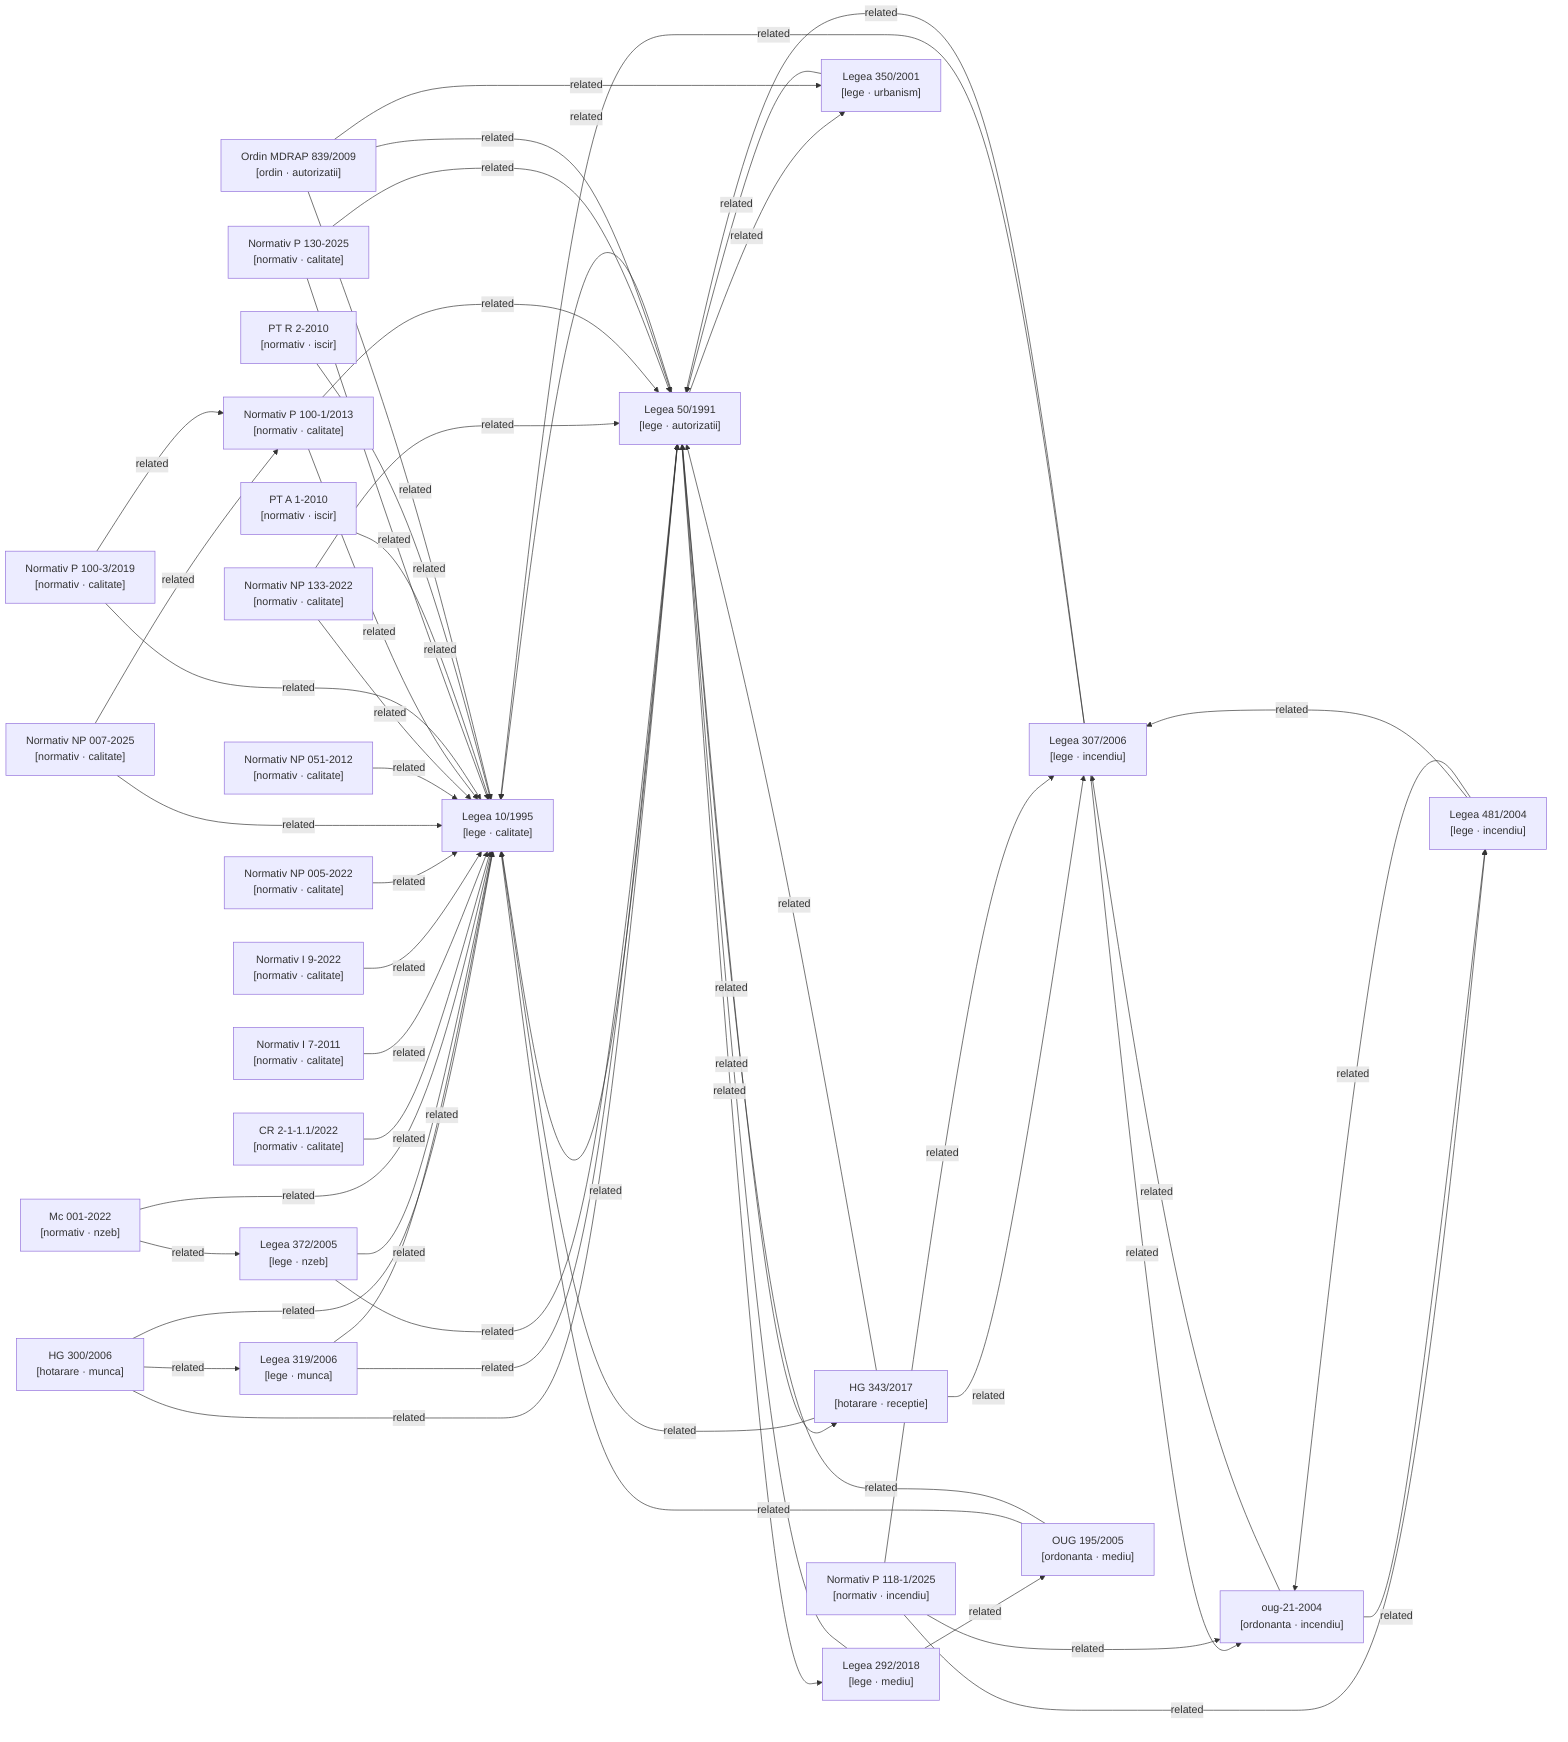
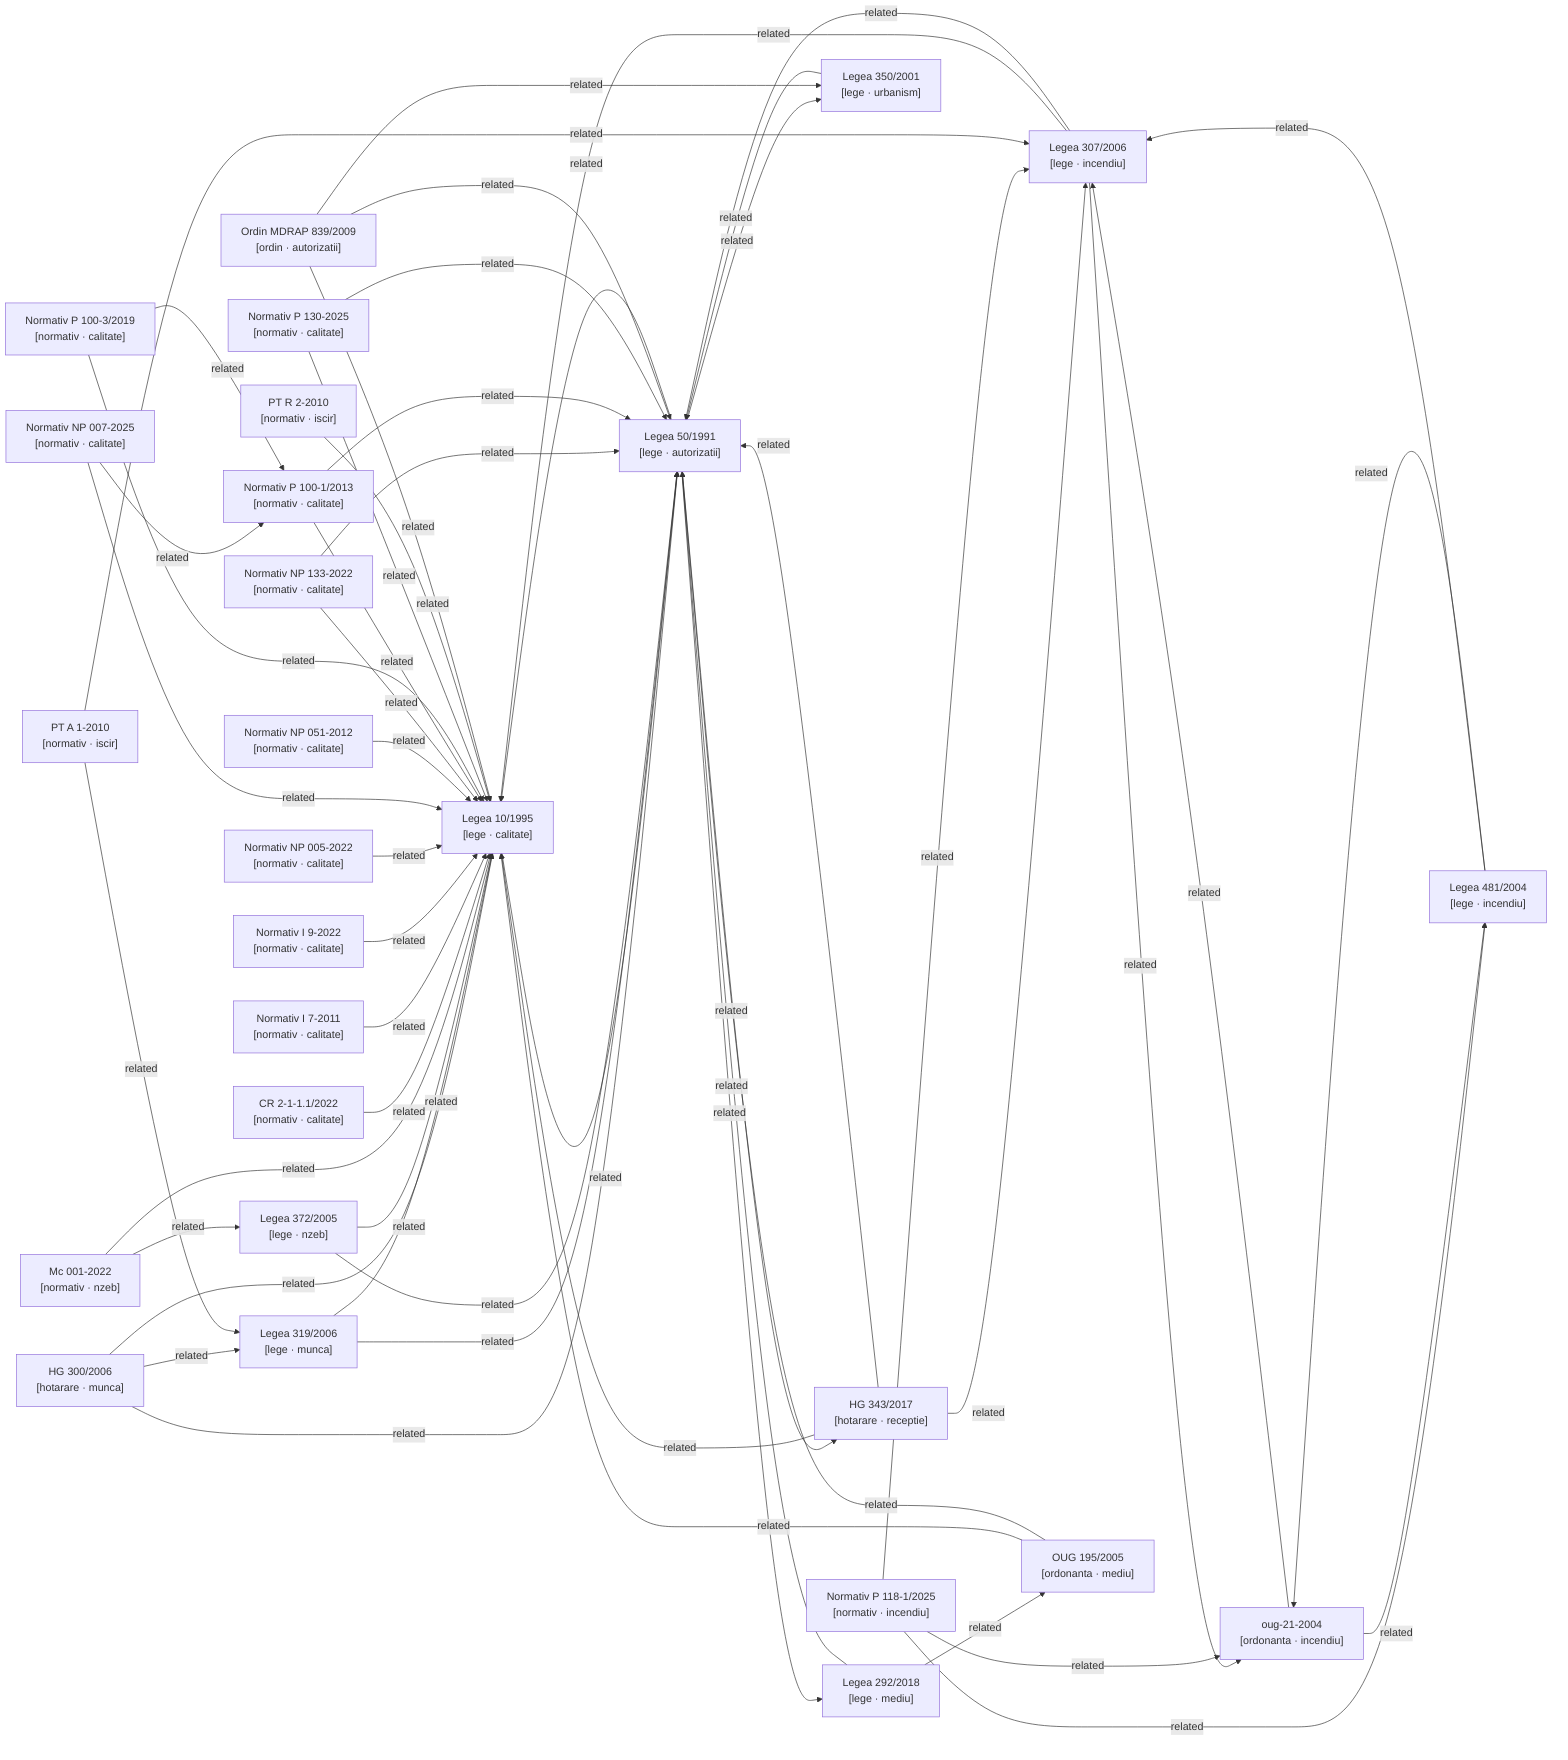
graph LR

  %% Nodes
  hg-300-2006["HG 300/2006\n[hotarare · munca]"]
  hg-343-2017["HG 343/2017\n[hotarare · receptie]"]
  lege-10-1995["Legea 10/1995\n[lege · calitate]"]
  lege-292-2018["Legea 292/2018\n[lege · mediu]"]
  lege-307-2006["Legea 307/2006\n[lege · incendiu]"]
  lege-319-2006["Legea 319/2006\n[lege · munca]"]
  lege-350-2001["Legea 350/2001\n[lege · urbanism]"]
  lege-372-2005["Legea 372/2005\n[lege · nzeb]"]
  lege-481-2004["Legea 481/2004\n[lege · incendiu]"]
  lege-50-1991["Legea 50/1991\n[lege · autorizatii]"]
  metodologie-mc001-2022["Mc 001-2022\n[normativ · nzeb]"]
  normativ-cr2-1-1-1-2022["CR 2-1-1.1/2022\n[normativ · calitate]"]
  normativ-i7-2011["Normativ I 7-2011\n[normativ · calitate]"]
  normativ-i9-2022["Normativ I 9-2022\n[normativ · calitate]"]
  normativ-np005-2022["Normativ NP 005-2022\n[normativ · calitate]"]
  normativ-np007-2025["Normativ NP 007-2025\n[normativ · calitate]"]
  normativ-np051-2012["Normativ NP 051-2012\n[normativ · calitate]"]
  normativ-np133-2022["Normativ NP 133-2022\n[normativ · calitate]"]
  normativ-p100-1-2013["Normativ P 100-1/2013\n[normativ · calitate]"]
  normativ-p100-3-2019["Normativ P 100-3/2019\n[normativ · calitate]"]
  normativ-p118-1-2025["Normativ P 118-1/2025\n[normativ · incendiu]"]
  normativ-p130-2025["Normativ P 130-2025\n[normativ · calitate]"]
  normativ-pt-a1-2010["PT A 1-2010\n[normativ · iscir]"]
  normativ-pt-r2-2010["PT R 2-2010\n[normativ · iscir]"]
  ordin-839-2009["Ordin MDRAP 839/2009\n[ordin · autorizatii]"]
  oug-195-2005["OUG 195/2005\n[ordonanta · mediu]"]
  oug-21-2004["oug-21-2004\n[ordonanta · incendiu]"]

  %% Confirmed relationships (from metadata related_acts)
  hg-300-2006 -->|related| lege-10-1995
  hg-300-2006 -->|related| lege-319-2006
  hg-300-2006 -->|related| lege-50-1991
  hg-343-2017 -->|related| lege-10-1995
  hg-343-2017 -->|related| lege-307-2006
  hg-343-2017 -->|related| lege-50-1991
  lege-10-1995 -->|related| lege-50-1991
  lege-292-2018 -->|related| lege-50-1991
  lege-292-2018 -->|related| oug-195-2005
  lege-307-2006 -->|related| lege-10-1995
  lege-307-2006 -->|related| lege-50-1991
  lege-307-2006 -->|related| oug-21-2004
  lege-319-2006 -->|related| lege-10-1995
  lege-319-2006 -->|related| lege-50-1991
  lege-350-2001 -->|related| lege-50-1991
  lege-372-2005 -->|related| lege-10-1995
  lege-372-2005 -->|related| lege-50-1991
  lege-481-2004 -->|related| lege-307-2006
  lege-481-2004 -->|related| oug-21-2004
  lege-50-1991 -->|related| hg-343-2017
  lege-50-1991 -->|related| lege-10-1995
  lege-50-1991 -->|related| lege-292-2018
  lege-50-1991 -->|related| lege-350-2001
  metodologie-mc001-2022 -->|related| lege-10-1995
  metodologie-mc001-2022 -->|related| lege-372-2005
  normativ-cr2-1-1-1-2022 -->|related| lege-10-1995
  normativ-i7-2011 -->|related| lege-10-1995
  normativ-i9-2022 -->|related| lege-10-1995
  normativ-np005-2022 -->|related| lege-10-1995
  normativ-np007-2025 -->|related| lege-10-1995
  normativ-np007-2025 -->|related| normativ-p100-1-2013
  normativ-np051-2012 -->|related| lege-10-1995
  normativ-np133-2022 -->|related| lege-10-1995
  normativ-np133-2022 -->|related| lege-50-1991
  normativ-p100-1-2013 -->|related| lege-10-1995
  normativ-p100-1-2013 -->|related| lege-50-1991
  normativ-p100-3-2019 -->|related| lege-10-1995
  normativ-p100-3-2019 -->|related| normativ-p100-1-2013
  normativ-p118-1-2025 -->|related| lege-307-2006
  normativ-p118-1-2025 -->|related| lege-481-2004
  normativ-p118-1-2025 -->|related| oug-21-2004
  normativ-p130-2025 -->|related| lege-10-1995
  normativ-p130-2025 -->|related| lege-50-1991
-   normativ-pt-a1-2010 -->|related| lege-10-1995
+   normativ-pt-a1-2010 -->|related| lege-307-2006
+   normativ-pt-a1-2010 -->|related| lege-319-2006
  normativ-pt-r2-2010 -->|related| lege-10-1995
  ordin-839-2009 -->|related| lege-10-1995
  ordin-839-2009 -->|related| lege-350-2001
  ordin-839-2009 -->|related| lege-50-1991
  oug-195-2005 -->|related| lege-10-1995
  oug-195-2005 -->|related| lege-50-1991
  oug-21-2004 -->|related| lege-307-2006
  oug-21-2004 -->|related| lege-481-2004

  %% Auto-detected relationships (needs_review)
